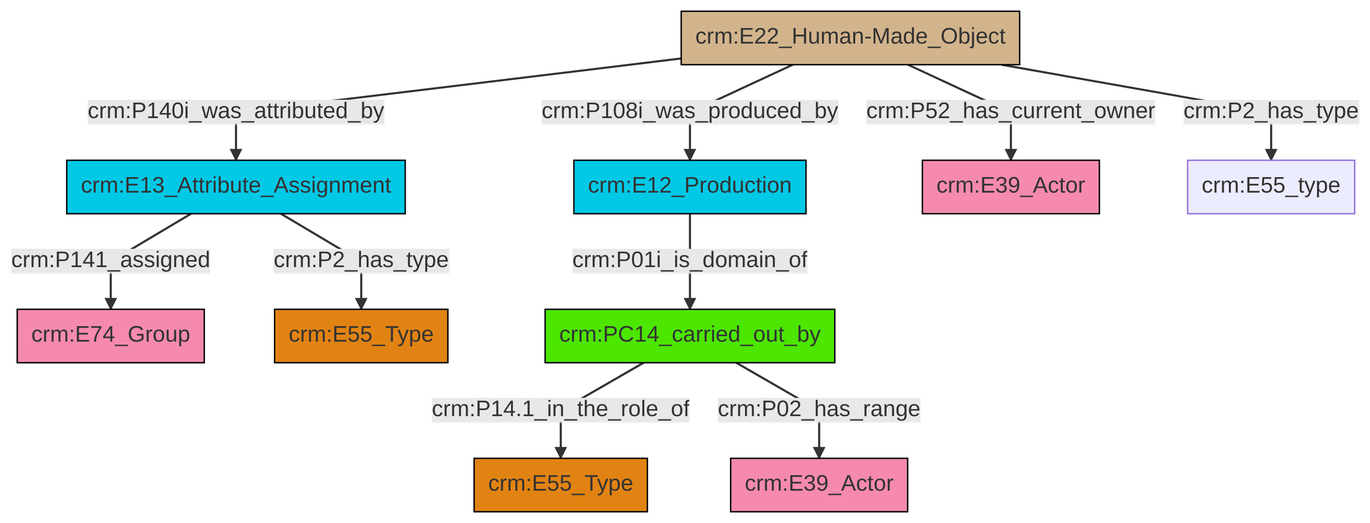
The Mermaid diagram et/builtWorkCSV/ttl/mmd/png/Built_Work_actor_relations.png in swiss-art-research-net/reference-data-models, before a commit. Its source is kept beside it as et/builtWorkCSV/ttl/mmd/Built_Work_actor_relations.ttl.mmd.
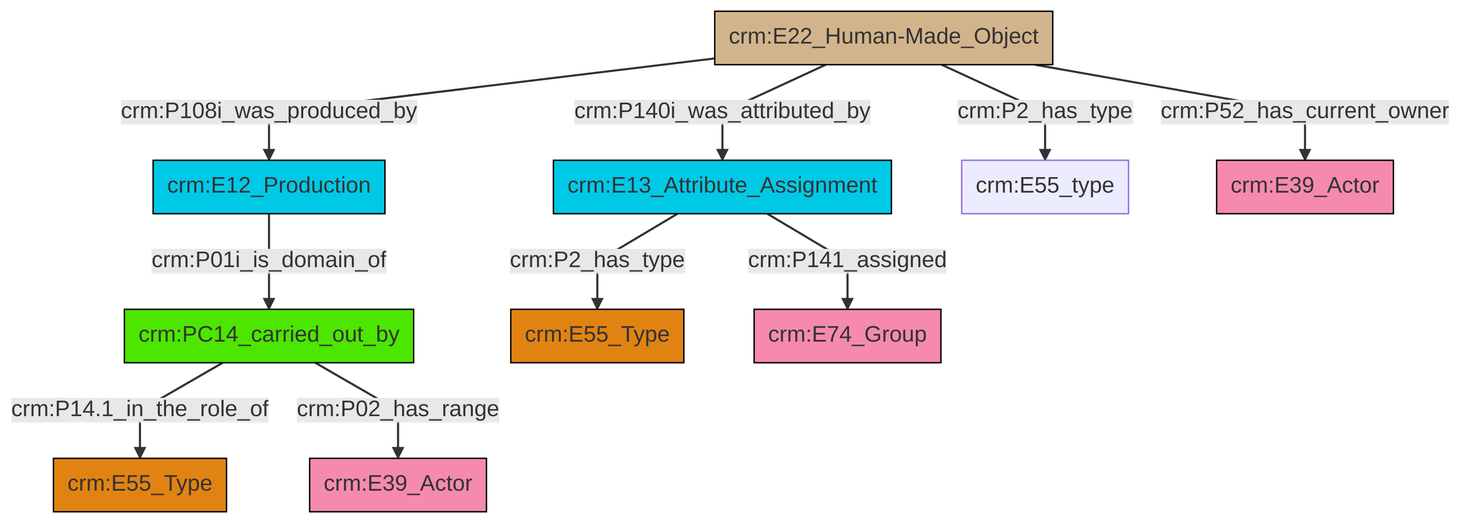
The same diagram one commit later.

What changed in the source:
```diff
@@ -13,12 +13,12 @@
 classDef PC_Classes fill:#4ce600, stroke:#000000;
 classDef Multi fill:#cccccc,stroke:#000000;
 
-0["crm:E22_Human-Made_Object"]:::Physical_Thing -->|crm:P108i_was_produced_by| 1["crm:E12_Production"]:::Temporal_Entity
-2["crm:E13_Attribute_Assignment"]:::Temporal_Entity -->|crm:P141_assigned| 3["crm:E74_Group"]:::Actor
-0["crm:E22_Human-Made_Object"]:::Physical_Thing -->|crm:P140i_was_attributed_by| 2["crm:E13_Attribute_Assignment"]:::Temporal_Entity
-0["crm:E22_Human-Made_Object"]:::Physical_Thing -->|crm:P52_has_current_owner| 6["crm:E39_Actor"]:::Actor
-13["crm:PC14_carried_out_by"]:::PC_Classes -->|crm:P14.1_in_the_role_of| 4["crm:E55_Type"]:::Type
-2["crm:E13_Attribute_Assignment"]:::Temporal_Entity -->|crm:P2_has_type| 11["crm:E55_Type"]:::Type
-0["crm:E22_Human-Made_Object"]:::Physical_Thing -->|crm:P2_has_type| 14["crm:E55_type"]:::Default
-1["crm:E12_Production"]:::Temporal_Entity -->|crm:P01i_is_domain_of| 13["crm:PC14_carried_out_by"]:::PC_Classes
-13["crm:PC14_carried_out_by"]:::PC_Classes -->|crm:P02_has_range| 8["crm:E39_Actor"]:::Actor
+0["crm:E22_Human-Made_Object"]:::Physical_Thing -->|crm:P140i_was_attributed_by| 1["crm:E13_Attribute_Assignment"]:::Temporal_Entity
+2["crm:E12_Production"]:::Temporal_Entity -->|crm:P01i_is_domain_of| 3["crm:PC14_carried_out_by"]:::PC_Classes
+1["crm:E13_Attribute_Assignment"]:::Temporal_Entity -->|crm:P141_assigned| 6["crm:E74_Group"]:::Actor
+0["crm:E22_Human-Made_Object"]:::Physical_Thing -->|crm:P108i_was_produced_by| 2["crm:E12_Production"]:::Temporal_Entity
+0["crm:E22_Human-Made_Object"]:::Physical_Thing -->|crm:P2_has_type| 9["crm:E55_type"]:::Default
+0["crm:E22_Human-Made_Object"]:::Physical_Thing -->|crm:P52_has_current_owner| 13["crm:E39_Actor"]:::Actor
+1["crm:E13_Attribute_Assignment"]:::Temporal_Entity -->|crm:P2_has_type| 4["crm:E55_Type"]:::Type
+3["crm:PC14_carried_out_by"]:::PC_Classes -->|crm:P14.1_in_the_role_of| 17["crm:E55_Type"]:::Type
+3["crm:PC14_carried_out_by"]:::PC_Classes -->|crm:P02_has_range| 11["crm:E39_Actor"]:::Actor
```
